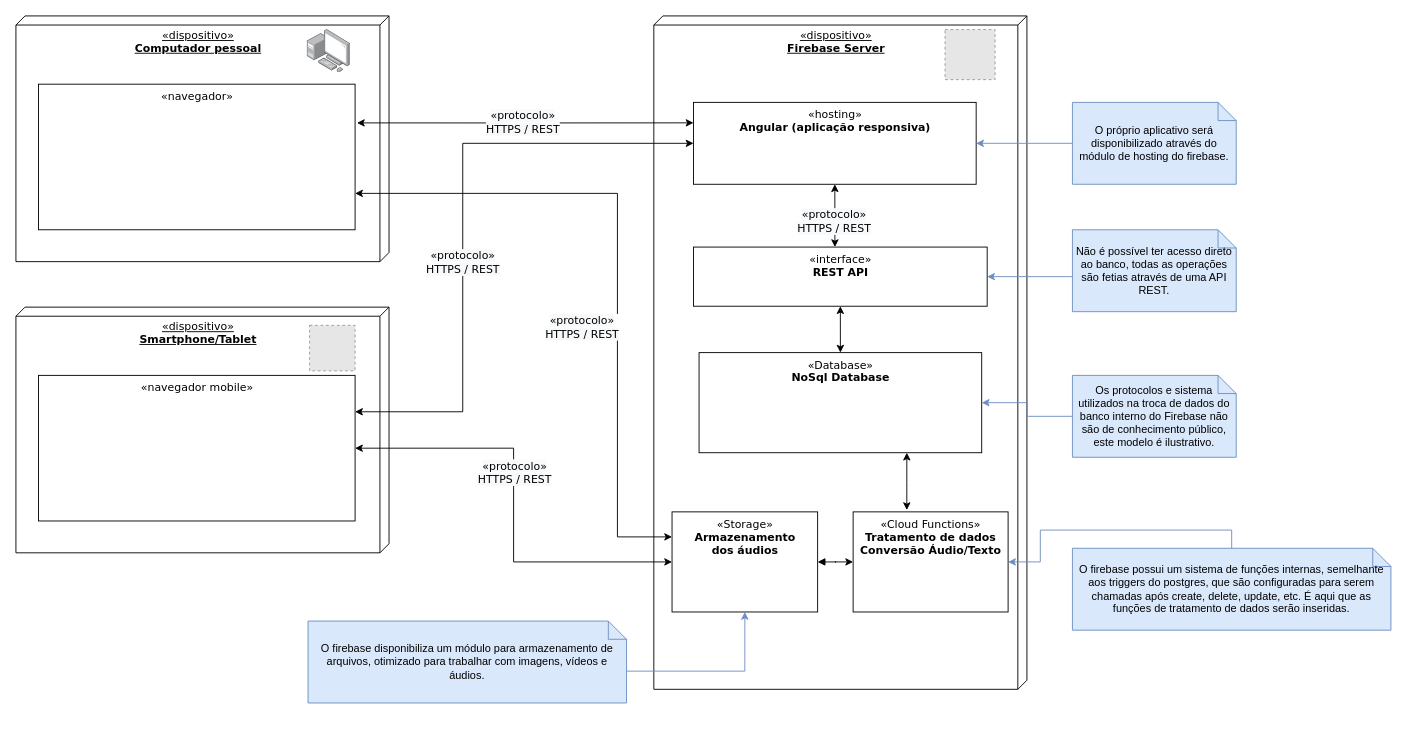
Above: Modelagem Arquitetura/Modelo de Implantação.drawio in BrunoLunardi/SIN412-DESENVOLVIMENTO-APP (draw.io), before the change. Source tidied: cells renumbered, new cells numbered last; positions are measured from the earlier drawing's top-left corner, leaving out a move shared by most shapes. Both pictures are drawn from the tidied source at 91%, with x=0, y=0 at pixel (15, 15). Pictures stored in the file or linked from it are replaced by grey dashed boxes.
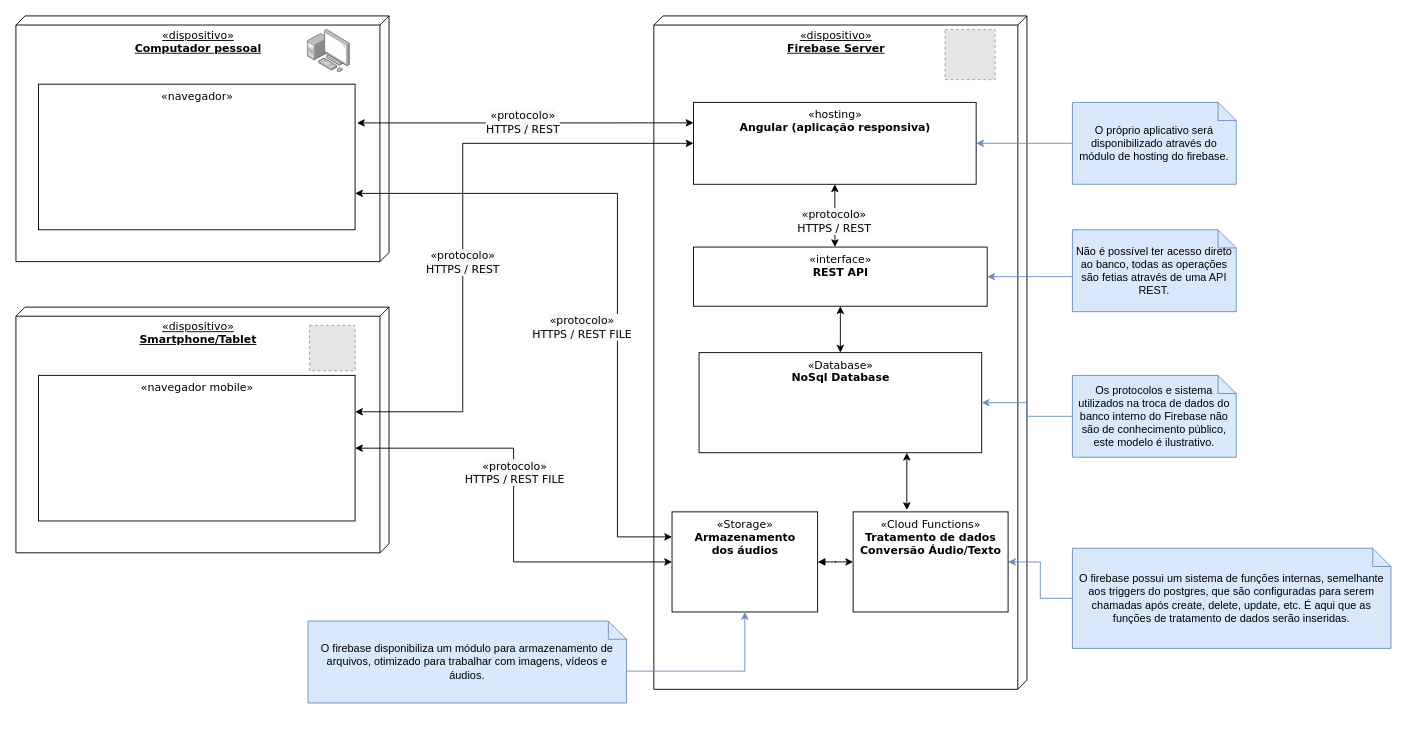
Above is the later version.

Commit message (it also covers changes not shown here):
aTUALIZAÇÃO MODELO DE IMPLANTAÇÃO

Unchanged cells that the change refers to:
```xml
<mxCell id="11" value="«Cloud Functions»&lt;br&gt;&lt;b&gt;Tratamento de dados&lt;br&gt;Conversão Áudio/Texto&lt;br&gt;&lt;/b&gt;" style="html=1;rounded=0;shadow=0;comic=0;labelBackgroundColor=none;strokeWidth=1;fontFamily=Verdana;fontSize=12;align=center;verticalAlign=top;" parent="4" vertex="1">
  <mxGeometry x="219" y="545" width="170.3" height="110" as="geometry" />
</mxCell>
<mxCell id="31" style="edgeStyle=orthogonalEdgeStyle;rounded=0;jettySize=auto;html=1;startArrow=classic;startFill=1;entryX=0;entryY=0.5;entryDx=0;entryDy=0;" parent="1" edge="1" source="25" target="16">
  <mxGeometry relative="1" as="geometry" />
</mxCell>
<mxCell id="33" style="rounded=0;jettySize=auto;html=1;startArrow=classic;startFill=1;entryX=0;entryY=0.25;entryDx=0;entryDy=0;exitX=1;exitY=0.75;exitDx=0;exitDy=0;edgeStyle=orthogonalEdgeStyle;" parent="1" edge="1" source="20" target="16">
  <mxGeometry relative="1" as="geometry">
    <Array as="points">
      <mxPoint x="661" y="195" />
      <mxPoint x="661" y="573" />
    </Array>
  </mxGeometry>
</mxCell>
```

Diff of the diagram source:
```diff
@@
-    <mxCell id="18" style="edgeStyle=orthogonalEdgeStyle;rounded=0;jettySize=auto;html=1;exitX=0.5;exitY=0;exitDx=0;exitDy=0;exitPerimeter=0;entryX=1;entryY=0.5;entryDx=0;entryDy=0;fillColor=#dae8fc;strokeColor=#6c8ebf;" parent="1" edge="1" source="23" target="11">
+    <mxCell id="18" style="edgeStyle=orthogonalEdgeStyle;rounded=0;jettySize=auto;html=1;exitX=0;exitY=0.5;exitDx=0;exitDy=0;exitPerimeter=0;entryX=1;entryY=0.5;entryDx=0;entryDy=0;fillColor=#dae8fc;strokeColor=#6c8ebf;" parent="1" edge="1" source="23" target="11">
       <mxGeometry relative="1" as="geometry" />
     </mxCell>
@@
     <mxCell id="23" value="O firebase possui um sistema de funções internas, semelhante aos triggers do postgres, que são configuradas para serem chamadas após create, delete, update, etc. É aqui que as funções de tratamento de dados serão inseridas." style="shape=note;size=20;whiteSpace=wrap;html=1;fillColor=#dae8fc;strokeColor=#6c8ebf;" parent="1" vertex="1">
-      <mxGeometry x="1161" y="585" width="350" height="90" as="geometry" />
+      <mxGeometry x="1161" y="585" width="350" height="110" as="geometry" />
     </mxCell>
@@
-    <mxCell id="32" value="&lt;span style=&quot;font-family: &amp;#34;verdana&amp;#34; ; font-size: 12px ; background-color: rgb(248 , 249 , 250)&quot;&gt;«protocolo»&lt;br&gt;HTTPS / REST&lt;br&gt;&lt;/span&gt;" style="edgeLabel;html=1;align=center;verticalAlign=middle;" parent="31" vertex="1">
+    <mxCell id="32" value="&lt;span style=&quot;font-family: &amp;#34;verdana&amp;#34; ; font-size: 12px ; background-color: rgb(248 , 249 , 250)&quot;&gt;«protocolo»&lt;br&gt;HTTPS / REST FILE&lt;br&gt;&lt;/span&gt;" style="edgeLabel;html=1;align=center;verticalAlign=middle;" parent="31" vertex="1">
       <mxGeometry x="-0.15" y="1" relative="1" as="geometry" />
     </mxCell>
@@
-    <mxCell id="34" value="&lt;span style=&quot;font-family: &amp;#34;verdana&amp;#34; ; font-size: 12px ; background-color: rgb(248 , 249 , 250)&quot;&gt;«protocolo»&lt;br&gt;HTTPS / REST&lt;br&gt;&lt;/span&gt;" style="edgeLabel;html=1;align=center;verticalAlign=middle;" parent="33" vertex="1">
+    <mxCell id="34" value="&lt;span style=&quot;font-family: &amp;#34;verdana&amp;#34; ; font-size: 12px ; background-color: rgb(248 , 249 , 250)&quot;&gt;«protocolo»&lt;br&gt;HTTPS / REST FILE&lt;br&gt;&lt;/span&gt;" style="edgeLabel;html=1;align=center;verticalAlign=middle;" parent="33" vertex="1">
       <mxGeometry x="0.2" y="1" relative="1" as="geometry">
         <mxPoint x="-40.1" as="offset" />
       </mxGeometry>
     </mxCell>
```
